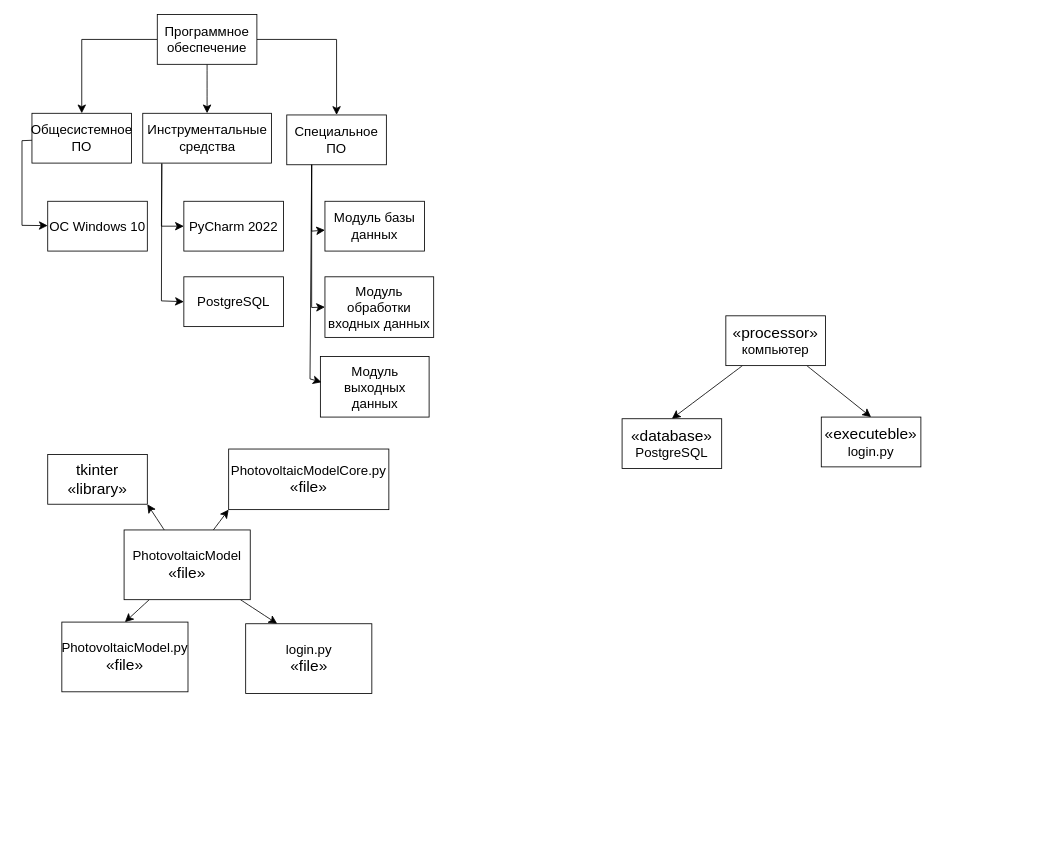
Above: lab7.drawio in DiKachura/tppo (draw.io), before the change. Source tidied: cells renumbered, new cells numbered last; positions are measured from the earlier drawing's top-left corner, leaving out a move shared by most shapes. Both pictures are drawn from the tidied source at 83%, with x=0, y=0 at pixel (22, 14).
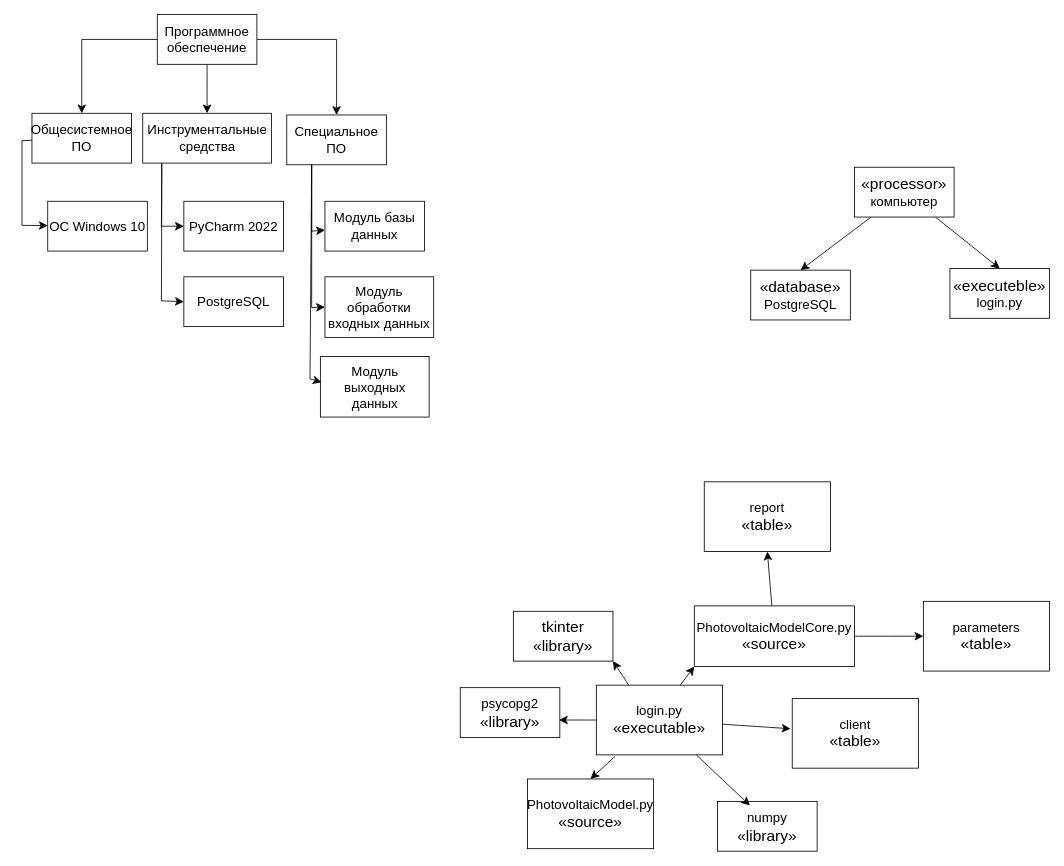
The same diagram, later.

Commit message:
диаграмма компонентов

Change to the diagram source:
```diff
@@
-    <mxCell id="19" style="edgeStyle=none;curved=1;rounded=0;jettySize=auto;html=1;entryX=1;entryY=1;entryDx=0;entryDy=0;fontSize=12;startSize=8;endSize=8;" parent="1" edge="1" source="23" target="24">
-      <mxGeometry relative="1" as="geometry" />
+    <mxCell id="19" style="edgeStyle=none;curved=1;rounded=0;jettySize=auto;html=1;entryX=1;entryY=1;entryDx=0;entryDy=0;fontSize=12;startSize=8;endSize=8;" parent="1" edge="1" target="24">
+      <mxGeometry relative="1" as="geometry">
+        <mxPoint x="732.4" y="810" as="sourcePoint" />
+      </mxGeometry>
     </mxCell>
-    <mxCell id="20" style="edgeStyle=none;curved=1;rounded=0;jettySize=auto;html=1;entryX=0;entryY=1;entryDx=0;entryDy=0;fontSize=12;startSize=8;endSize=8;" parent="1" edge="1" source="23" target="25">
-      <mxGeometry relative="1" as="geometry" />
+    <mxCell id="20" style="edgeStyle=none;curved=1;rounded=0;jettySize=auto;html=1;entryX=0;entryY=1;entryDx=0;entryDy=0;fontSize=12;startSize=8;endSize=8;" parent="1" edge="1" target="25">
+      <mxGeometry relative="1" as="geometry">
+        <mxPoint x="791.6" y="810" as="sourcePoint" />
+      </mxGeometry>
     </mxCell>
-    <mxCell id="21" style="edgeStyle=none;curved=1;rounded=0;jettySize=auto;html=1;entryX=0.5;entryY=0;entryDx=0;entryDy=0;fontSize=12;startSize=8;endSize=8;" parent="1" edge="1" source="23" target="27">
-      <mxGeometry relative="1" as="geometry" />
+    <mxCell id="21" style="edgeStyle=none;curved=1;rounded=0;jettySize=auto;html=1;entryX=0.5;entryY=0;entryDx=0;entryDy=0;fontSize=12;startSize=8;endSize=8;" parent="1" edge="1" target="27">
+      <mxGeometry relative="1" as="geometry">
+        <mxPoint x="714.3" y="894" as="sourcePoint" />
+      </mxGeometry>
     </mxCell>
-    <mxCell id="22" style="edgeStyle=none;curved=1;rounded=0;jettySize=auto;html=1;entryX=0.25;entryY=0;entryDx=0;entryDy=0;fontSize=12;startSize=8;endSize=8;" parent="1" edge="1" source="23" target="26">
-      <mxGeometry relative="1" as="geometry" />
-    </mxCell>
-    <mxCell id="23" value="PhotovoltaicModel&lt;br&gt;&lt;span class=&quot;a&quot;&gt;&lt;span style=&quot;font-size:14.0pt;&lt;br/&gt;line-height:150%;mso-fareast-font-family:Calibri;mso-fareast-theme-font:minor-latin;&lt;br/&gt;mso-ansi-language:RU;mso-fareast-language:EN-US;mso-bidi-language:AR-SA&quot;&gt;«file»&lt;/span&gt;&lt;/span&gt;" style="rounded=0;whiteSpace=wrap;html=1;fontSize=16;" parent="1" vertex="1">
-      <mxGeometry x="123" y="621" width="152" height="84" as="geometry" />
-    </mxCell>
     <mxCell id="24" value="&lt;span class=&quot;a&quot;&gt;&lt;span style=&quot;font-size:14.0pt;&lt;br/&gt;line-height:150%;mso-fareast-font-family:Calibri;mso-fareast-theme-font:minor-latin;&lt;br/&gt;mso-ansi-language:RU;mso-fareast-language:EN-US;mso-bidi-language:AR-SA&quot;&gt;tkinter&lt;br&gt;«library»&lt;/span&gt;&lt;/span&gt;" style="rounded=0;whiteSpace=wrap;html=1;fontSize=16;" parent="1" vertex="1">
-      <mxGeometry x="31" y="530" width="120" height="60" as="geometry" />
+      <mxGeometry x="592" y="719" width="120" height="60" as="geometry" />
     </mxCell>
+    <mxCell id="35" style="edgeStyle=none;curved=1;rounded=0;jettySize=auto;html=1;fontSize=12;startSize=8;endSize=8;" parent="1" edge="1" source="25" target="42">
+      <mxGeometry relative="1" as="geometry" />
+    </mxCell>
+    <mxCell id="36" style="edgeStyle=none;curved=1;rounded=0;jettySize=auto;html=1;entryX=0.5;entryY=1;entryDx=0;entryDy=0;fontSize=12;startSize=8;endSize=8;" parent="1" edge="1" source="25" target="46">
+      <mxGeometry relative="1" as="geometry" />
+    </mxCell>
-    <mxCell id="25" value="&lt;span class=&quot;a&quot;&gt;PhotovoltaicModelCore.py&lt;br&gt;&lt;span style=&quot;font-size:14.0pt;&lt;br/&gt;line-height:150%;mso-fareast-font-family:Calibri;mso-fareast-theme-font:minor-latin;&lt;br/&gt;mso-ansi-language:RU;mso-fareast-language:EN-US;mso-bidi-language:AR-SA&quot;&gt;«file»&lt;/span&gt;&lt;/span&gt;" style="rounded=0;whiteSpace=wrap;html=1;fontSize=16;" parent="1" vertex="1">
-      <mxGeometry x="249" y="523.5" width="193" height="73" as="geometry" />
+    <mxCell id="25" value="&lt;span class=&quot;a&quot;&gt;PhotovoltaicModelCore.py&lt;br&gt;&lt;span style=&quot;font-size:14.0pt;&lt;br/&gt;line-height:150%;mso-fareast-font-family:Calibri;mso-fareast-theme-font:minor-latin;&lt;br/&gt;mso-ansi-language:RU;mso-fareast-language:EN-US;mso-bidi-language:AR-SA&quot;&gt;«source»&lt;/span&gt;&lt;/span&gt;" style="rounded=0;whiteSpace=wrap;html=1;fontSize=16;" parent="1" vertex="1">
+      <mxGeometry x="810" y="712.5" width="193" height="73" as="geometry" />
     </mxCell>
-    <mxCell id="26" value="login.py&lt;br&gt;&lt;span class=&quot;a&quot;&gt;&lt;span style=&quot;font-size:14.0pt;&lt;br/&gt;line-height:150%;mso-fareast-font-family:Calibri;mso-fareast-theme-font:minor-latin;&lt;br/&gt;mso-ansi-language:RU;mso-fareast-language:EN-US;mso-bidi-language:AR-SA&quot;&gt;«file»&lt;/span&gt;&lt;/span&gt;" style="rounded=0;whiteSpace=wrap;html=1;fontSize=16;" parent="1" vertex="1">
-      <mxGeometry x="269.5" y="734" width="152" height="84" as="geometry" />
-    </mxCell>
-    <mxCell id="27" value="PhotovoltaicModel.py&lt;br&gt;&lt;span class=&quot;a&quot;&gt;&lt;span style=&quot;font-size:14.0pt;&lt;br/&gt;line-height:150%;mso-fareast-font-family:Calibri;mso-fareast-theme-font:minor-latin;&lt;br/&gt;mso-ansi-language:RU;mso-fareast-language:EN-US;mso-bidi-language:AR-SA&quot;&gt;«file»&lt;/span&gt;&lt;/span&gt;" style="rounded=0;whiteSpace=wrap;html=1;fontSize=16;" parent="1" vertex="1">
-      <mxGeometry x="48" y="732" width="152" height="84" as="geometry" />
+    <mxCell id="27" value="PhotovoltaicModel.py&lt;br&gt;&lt;span class=&quot;a&quot;&gt;&lt;span style=&quot;font-size:14.0pt;&lt;br/&gt;line-height:150%;mso-fareast-font-family:Calibri;mso-fareast-theme-font:minor-latin;&lt;br/&gt;mso-ansi-language:RU;mso-fareast-language:EN-US;mso-bidi-language:AR-SA&quot;&gt;«source»&lt;/span&gt;&lt;/span&gt;" style="rounded=0;whiteSpace=wrap;html=1;fontSize=16;" parent="1" vertex="1">
+      <mxGeometry x="609" y="921" width="152" height="84" as="geometry" />
     </mxCell>
@@
     <mxCell id="30" value="&lt;span class=&quot;a&quot;&gt;&lt;span style=&quot;font-size:14.0pt;&lt;br/&gt;line-height:150%;mso-fareast-font-family:Calibri;mso-fareast-theme-font:minor-latin;&lt;br/&gt;mso-ansi-language:RU;mso-fareast-language:EN-US;mso-bidi-language:AR-SA&quot;&gt;«processor»&lt;br&gt;&lt;/span&gt;&lt;/span&gt;компьютер" style="rounded=0;whiteSpace=wrap;html=1;fontSize=16;" parent="1" vertex="1">
-      <mxGeometry x="848" y="363" width="120" height="60" as="geometry" />
+      <mxGeometry x="1003" y="184" width="120" height="60" as="geometry" />
     </mxCell>
     <mxCell id="31" value="&lt;span class=&quot;a&quot;&gt;&lt;span style=&quot;font-size:14.0pt;&lt;br/&gt;line-height:150%;mso-fareast-font-family:Calibri;mso-fareast-theme-font:minor-latin;&lt;br/&gt;mso-ansi-language:RU;mso-fareast-language:EN-US;mso-bidi-language:AR-SA&quot;&gt;«database»&lt;br&gt;&lt;/span&gt;&lt;/span&gt;PostgreSQL" style="rounded=0;whiteSpace=wrap;html=1;fontSize=16;" parent="1" vertex="1">
-      <mxGeometry x="723" y="487" width="120" height="60" as="geometry" />
+      <mxGeometry x="878" y="308" width="120" height="60" as="geometry" />
     </mxCell>
     <mxCell id="32" value="&lt;span class=&quot;a&quot;&gt;&lt;span style=&quot;font-size:14.0pt;&lt;br/&gt;line-height:150%;mso-fareast-font-family:Calibri;mso-fareast-theme-font:minor-latin;&lt;br/&gt;mso-ansi-language:RU;mso-fareast-language:EN-US;mso-bidi-language:AR-SA&quot;&gt;«executeble»&lt;br&gt;&lt;/span&gt;&lt;/span&gt;login.py" style="rounded=0;whiteSpace=wrap;html=1;fontSize=16;" parent="1" vertex="1">
-      <mxGeometry x="963" y="485" width="120" height="60" as="geometry" />
+      <mxGeometry x="1118" y="306" width="120" height="60" as="geometry" />
     </mxCell>
@@
+    <mxCell id="37" style="edgeStyle=none;curved=1;rounded=0;orthogonalLoop=1;jettySize=auto;html=1;fontSize=12;startSize=8;endSize=8;" parent="1" edge="1">
+      <mxGeometry relative="1" as="geometry">
+        <mxPoint x="926" y="871" as="sourcePoint" />
+        <mxPoint x="926" y="871" as="targetPoint" />
+      </mxGeometry>
+    </mxCell>
+    <mxCell id="38" style="edgeStyle=none;curved=1;rounded=0;jettySize=auto;html=1;fontSize=12;startSize=8;endSize=8;" parent="1" edge="1" source="39">
+      <mxGeometry relative="1" as="geometry">
+        <mxPoint x="647" y="850" as="targetPoint" />
+      </mxGeometry>
+    </mxCell>
+    <mxCell id="39" value="login.py&lt;br&gt;&lt;span class=&quot;a&quot;&gt;&lt;span style=&quot;font-size:14.0pt;&lt;br/&gt;line-height:150%;mso-fareast-font-family:Calibri;mso-fareast-theme-font:minor-latin;&lt;br/&gt;mso-ansi-language:RU;mso-fareast-language:EN-US;mso-bidi-language:AR-SA&quot;&gt;«executable»&lt;/span&gt;&lt;/span&gt;" style="rounded=0;whiteSpace=wrap;html=1;fontSize=16;" parent="1" vertex="1">
+      <mxGeometry x="692" y="808" width="152" height="84" as="geometry" />
+    </mxCell>
+    <mxCell id="40" style="edgeStyle=none;curved=1;rounded=0;jettySize=auto;html=1;fontSize=12;startSize=8;endSize=8;" parent="1" edge="1" source="39">
+      <mxGeometry relative="1" as="geometry">
+        <mxPoint x="926" y="860.5" as="targetPoint" />
+      </mxGeometry>
+    </mxCell>
+    <mxCell id="41" value="client&lt;br&gt;&lt;span class=&quot;a&quot;&gt;&lt;span style=&quot;font-size:14.0pt;&lt;br/&gt;line-height:150%;mso-fareast-font-family:Calibri;mso-fareast-theme-font:minor-latin;&lt;br/&gt;mso-ansi-language:RU;mso-fareast-language:EN-US;mso-bidi-language:AR-SA&quot;&gt;«table»&lt;/span&gt;&lt;/span&gt;" style="rounded=0;whiteSpace=wrap;html=1;fontSize=16;" parent="1" vertex="1">
+      <mxGeometry x="928" y="824" width="152" height="84" as="geometry" />
+    </mxCell>
+    <mxCell id="42" value="parameters&lt;br&gt;&lt;span class=&quot;a&quot;&gt;&lt;span style=&quot;font-size:14.0pt;&lt;br/&gt;line-height:150%;mso-fareast-font-family:Calibri;mso-fareast-theme-font:minor-latin;&lt;br/&gt;mso-ansi-language:RU;mso-fareast-language:EN-US;mso-bidi-language:AR-SA&quot;&gt;«table»&lt;/span&gt;&lt;/span&gt;" style="rounded=0;whiteSpace=wrap;html=1;fontSize=16;" parent="1" vertex="1">
+      <mxGeometry x="1086" y="707" width="152" height="84" as="geometry" />
+    </mxCell>
+    <mxCell id="43" value="&lt;span class=&quot;a&quot;&gt;psycopg2&lt;span style=&quot;font-size:14.0pt;&lt;br/&gt;line-height:150%;mso-fareast-font-family:Calibri;mso-fareast-theme-font:minor-latin;&lt;br/&gt;mso-ansi-language:RU;mso-fareast-language:EN-US;mso-bidi-language:AR-SA&quot;&gt;&lt;br&gt;«library»&lt;/span&gt;&lt;/span&gt;" style="rounded=0;whiteSpace=wrap;html=1;fontSize=16;" parent="1" vertex="1">
+      <mxGeometry x="528" y="811" width="120" height="60" as="geometry" />
+    </mxCell>
+    <mxCell id="44" value="&lt;span class=&quot;a&quot;&gt;numpy&lt;span style=&quot;font-size:14.0pt;&lt;br/&gt;line-height:150%;mso-fareast-font-family:Calibri;mso-fareast-theme-font:minor-latin;&lt;br/&gt;mso-ansi-language:RU;mso-fareast-language:EN-US;mso-bidi-language:AR-SA&quot;&gt;&lt;br&gt;«library»&lt;/span&gt;&lt;/span&gt;" style="rounded=0;whiteSpace=wrap;html=1;fontSize=16;" parent="1" vertex="1">
+      <mxGeometry x="838" y="948" width="120" height="60" as="geometry" />
+    </mxCell>
+    <mxCell id="45" style="edgeStyle=none;curved=1;rounded=0;jettySize=auto;html=1;entryX=0.325;entryY=0.083;entryDx=0;entryDy=0;entryPerimeter=0;fontSize=12;startSize=8;endSize=8;" parent="1" edge="1" source="39" target="44">
+      <mxGeometry relative="1" as="geometry" />
+    </mxCell>
+    <mxCell id="46" value="report&lt;br&gt;&lt;span class=&quot;a&quot;&gt;&lt;span style=&quot;font-size:14.0pt;&lt;br/&gt;line-height:150%;mso-fareast-font-family:Calibri;mso-fareast-theme-font:minor-latin;&lt;br/&gt;mso-ansi-language:RU;mso-fareast-language:EN-US;mso-bidi-language:AR-SA&quot;&gt;«table»&lt;/span&gt;&lt;/span&gt;" style="rounded=0;whiteSpace=wrap;html=1;fontSize=16;" parent="1" vertex="1">
+      <mxGeometry x="822" y="563" width="152" height="84" as="geometry" />
+    </mxCell>
```
